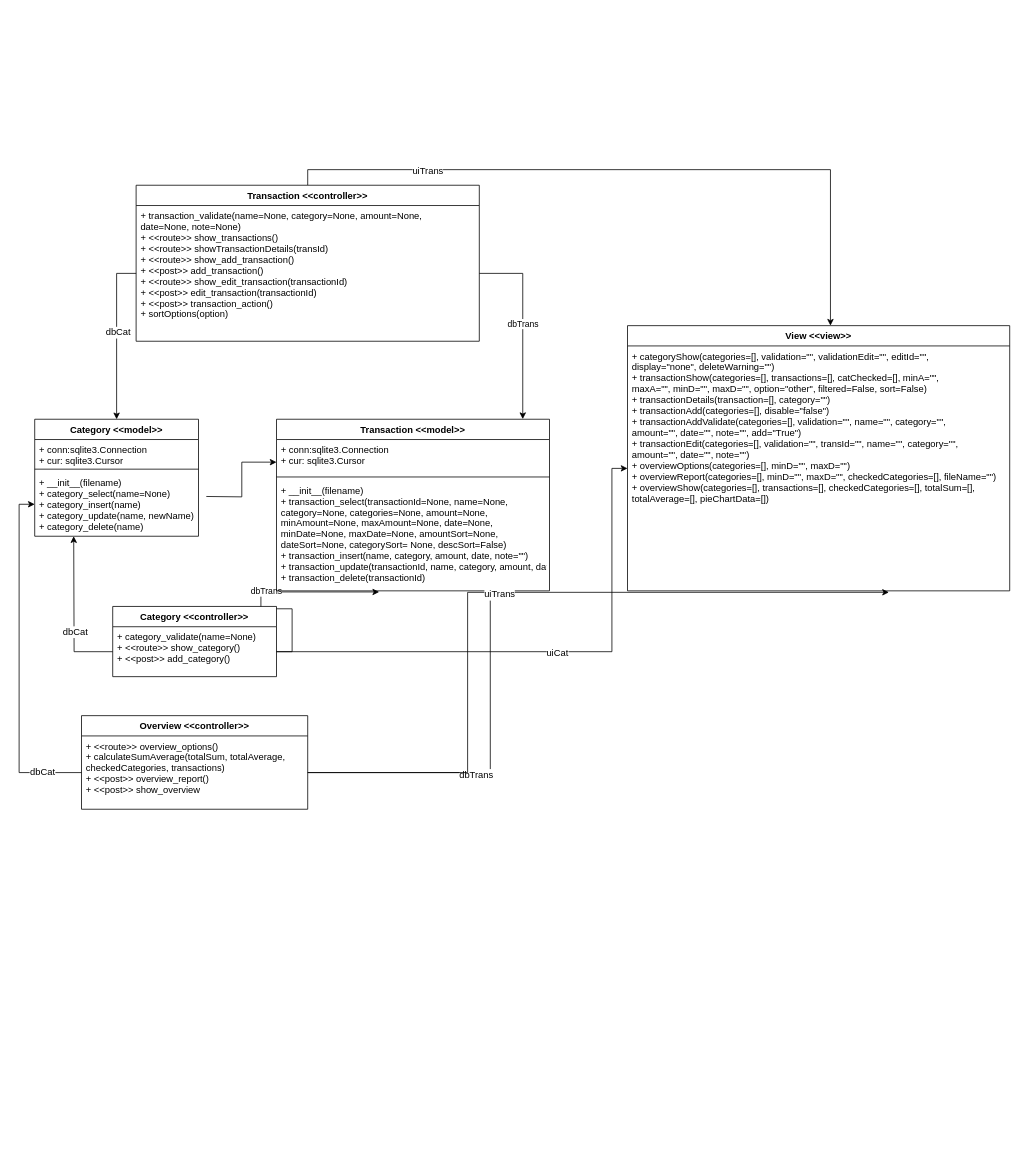
This is page "Dijagram klasa" (4 of 8) of doc/aplikacija.drawio from avucak/upi_20_budget, a draw.io file, before an edit. Source tidied: cells renumbered, new cells numbered last; positions are measured from the earlier drawing's top-left corner, leaving out a move shared by most shapes. Both pictures are drawn from the tidied source at 78%, with x=0, y=0 at pixel (34, 185).
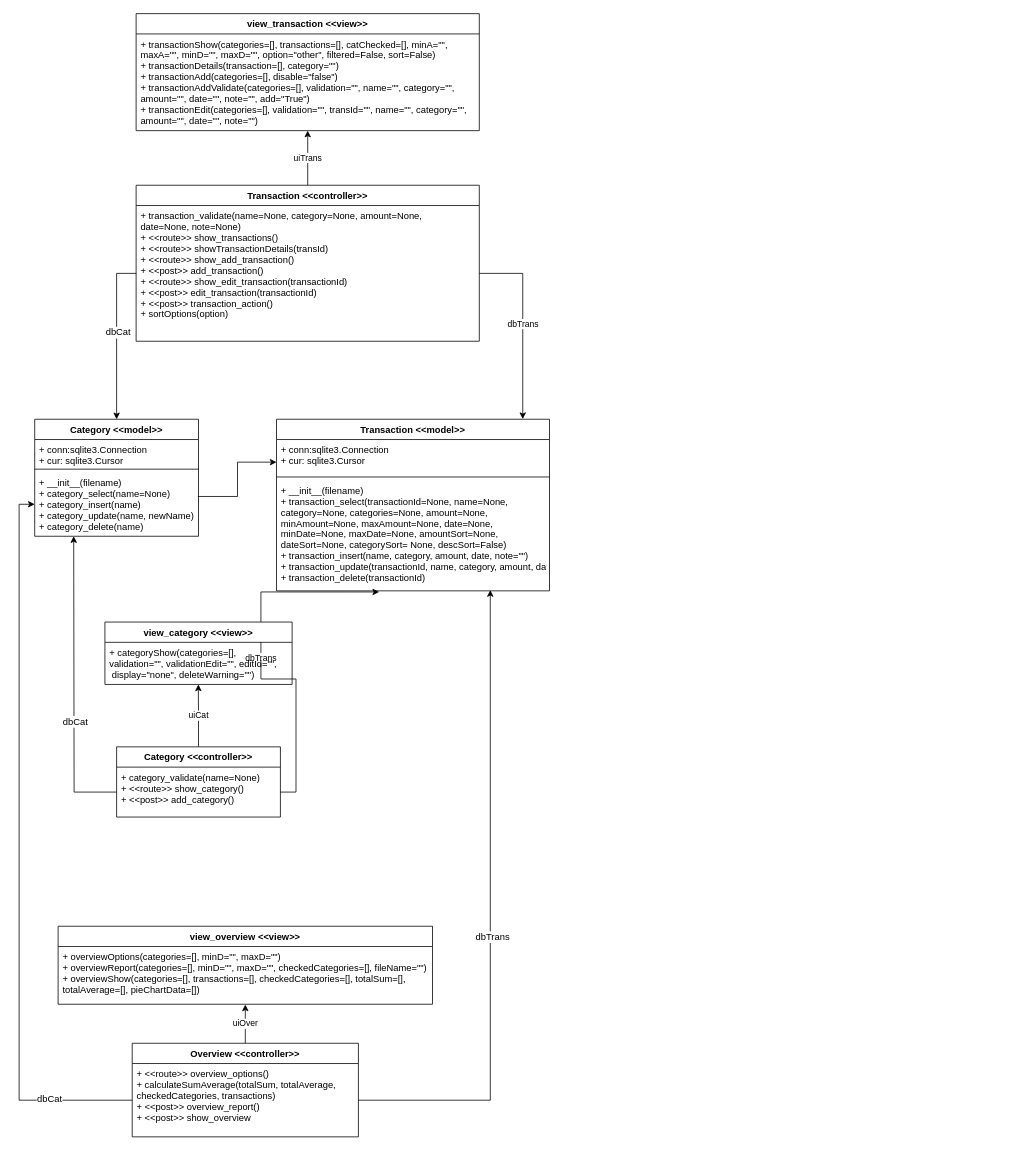
The same diagram, later.

Commit message:
dodavanje dijagrama slijeda za kategoriju

Unchanged cells that the change refers to:
```xml
<mxCell id="5" value="+ __init__(filename)&#10;+ category_select(name=None)&#10;+ category_insert(name)&#10;+ category_update(name, newName)&#10;+ category_delete(name)" style="text;strokeColor=none;fillColor=none;align=left;verticalAlign=top;spacingLeft=4;spacingRight=4;overflow=hidden;points=[[0,0.5],[1,0.5]];portConstraint=eastwest;" parent="2" vertex="1">
  <mxGeometry y="68" width="210" height="82" as="geometry" />
</mxCell>
<mxCell id="11" value="Transaction &lt;&lt;model&gt;&gt;" style="swimlane;fontStyle=1;align=center;verticalAlign=top;horizontal=1;startSize=26;" parent="1" vertex="1">
  <mxGeometry x="310" y="300" width="350" height="220" as="geometry" />
</mxCell>
<mxCell id="17" value="+ category_validate(name=None)&#10;+ &lt;&lt;route&gt;&gt; show_category()&#10;+ &lt;&lt;post&gt;&gt; add_category()" style="text;strokeColor=none;fillColor=none;align=left;verticalAlign=top;spacingLeft=4;spacingRight=4;overflow=hidden;points=[[0,0.5],[1,0.5]];portConstraint=eastwest;" parent="16" vertex="1">
  <mxGeometry y="26" width="210" height="64" as="geometry" />
</mxCell>
<mxCell id="20" value="Transaction &lt;&lt;controller&gt;&gt;" style="swimlane;fontStyle=1;align=center;verticalAlign=top;horizontal=1;startSize=26;fontFamily=Helvetica;" parent="1" vertex="1">
  <mxGeometry x="130" width="440" height="200" as="geometry" />
</mxCell>
<mxCell id="26" value="+ &lt;&lt;route&gt;&gt; overview_options()&#10;+ calculateSumAverage(totalSum, totalAverage, &#10;checkedCategories, transactions)&#10;+ &lt;&lt;post&gt;&gt; overview_report()&#10;+ &lt;&lt;post&gt;&gt; show_overview&#10;&#10;" style="text;strokeColor=none;fillColor=none;align=left;verticalAlign=top;spacingLeft=4;spacingRight=4;overflow=hidden;points=[[0,0.5],[1,0.5]];portConstraint=eastwest;" parent="25" vertex="1">
  <mxGeometry y="26" width="290" height="94" as="geometry" />
</mxCell>
```

The edit, as a diff of the source:
```diff
@@
-    <mxCell id="9" value="View &lt;&lt;view&gt;&gt;" style="swimlane;fontStyle=1;align=center;verticalAlign=top;horizontal=1;startSize=26;" parent="1" vertex="1">
-      <mxGeometry x="760" y="180" width="490" height="340" as="geometry" />
-    </mxCell>
-    <mxCell id="10" value="+ categoryShow(categories=[], validation=&quot;&quot;, validationEdit=&quot;&quot;, editId=&quot;&quot;, &#10;display=&quot;none&quot;, deleteWarning=&quot;&quot;)&#10;+ transactionShow(categories=[], transactions=[], catChecked=[], minA=&quot;&quot;, &#10;maxA=&quot;&quot;, minD=&quot;&quot;, maxD=&quot;&quot;, option=&quot;other&quot;, filtered=False, sort=False)&#10;+ transactionDetails(transaction=[], category=&quot;&quot;)&#10;+ transactionAdd(categories=[], disable=&quot;false&quot;)&#10;+ transactionAddValidate(categories=[], validation=&quot;&quot;, name=&quot;&quot;, category=&quot;&quot;, &#10;amount=&quot;&quot;, date=&quot;&quot;, note=&quot;&quot;, add=&quot;True&quot;)&#10;+ transactionEdit(categories=[], validation=&quot;&quot;, transId=&quot;&quot;, name=&quot;&quot;, category=&quot;&quot;, &#10;amount=&quot;&quot;, date=&quot;&quot;, note=&quot;&quot;)&#10;+ overviewOptions(categories=[], minD=&quot;&quot;, maxD=&quot;&quot;)&#10;+ overviewReport(categories=[], minD=&quot;&quot;, maxD=&quot;&quot;, checkedCategories=[], fileName=&quot;&quot;)&#10;+ overviewShow(categories=[], transactions=[], checkedCategories=[], totalSum=[], &#10;totalAverage=[], pieChartData=[])&#10;" style="text;strokeColor=none;fillColor=none;align=left;verticalAlign=top;spacingLeft=4;spacingRight=4;overflow=hidden;points=[[0,0.5],[1,0.5]];portConstraint=eastwest;" parent="9" vertex="1">
-      <mxGeometry y="26" width="490" height="314" as="geometry" />
-    </mxCell>
@@
-    <mxCell id="15" style="edgeStyle=orthogonalEdgeStyle;rounded=0;jettySize=auto;html=1;exitX=1;exitY=0.5;exitDx=0;exitDy=0;entryX=0;entryY=0.25;entryDx=0;entryDy=0;" parent="1" edge="1" target="11">
-      <mxGeometry relative="1" as="geometry">
-        <mxPoint x="220" y="399" as="sourcePoint" />
-      </mxGeometry>
+    <mxCell id="15" style="edgeStyle=orthogonalEdgeStyle;rounded=0;jettySize=auto;html=1;exitX=0.996;exitY=0.378;exitDx=0;exitDy=0;entryX=0;entryY=0.25;entryDx=0;entryDy=0;exitPerimeter=0;" parent="1" edge="1" source="5" target="11">
+      <mxGeometry relative="1" as="geometry" />
     </mxCell>
+    <mxCell id="32" value="uiCat" style="edgeStyle=orthogonalEdgeStyle;rounded=0;jettySize=auto;html=1;exitX=0.5;exitY=0;exitDx=0;exitDy=0;entryX=0.499;entryY=1;entryDx=0;entryDy=0;entryPerimeter=0;" parent="1" edge="1" source="16" target="40">
+      <mxGeometry relative="1" as="geometry" />
+    </mxCell>
     <mxCell id="16" value="Category &lt;&lt;controller&gt;&gt;" style="swimlane;fontStyle=1;align=center;verticalAlign=top;horizontal=1;startSize=26;fontFamily=Helvetica;" parent="1" vertex="1">
-      <mxGeometry x="100" y="540" width="210" height="90" as="geometry" />
+      <mxGeometry x="105" y="720" width="210" height="90" as="geometry" />
     </mxCell>
@@
-    <mxCell id="18" style="edgeStyle=orthogonalEdgeStyle;rounded=0;jettySize=auto;html=1;exitX=0.5;exitY=0;exitDx=0;exitDy=0;entryX=0.531;entryY=0;entryDx=0;entryDy=0;entryPerimeter=0;fontFamily=Helvetica;" parent="1" edge="1" source="20" target="9">
-      <mxGeometry relative="1" as="geometry" />
-    </mxCell>
-    <mxCell id="19" value="uiTrans" style="text;html=1;align=center;verticalAlign=middle;labelBackgroundColor=#ffffff;fontFamily=Helvetica;" parent="18" vertex="1">
-      <mxGeometry x="-0.61" y="-1" relative="1" as="geometry">
-        <mxPoint x="-1" as="offset" />
-      </mxGeometry>
-    </mxCell>
+    <mxCell id="35" value="uiTrans" style="edgeStyle=orthogonalEdgeStyle;rounded=0;jettySize=auto;html=1;exitX=0.5;exitY=0;exitDx=0;exitDy=0;entryX=0.5;entryY=1;entryDx=0;entryDy=0;entryPerimeter=0;" parent="1" edge="1" source="20" target="38">
+      <mxGeometry relative="1" as="geometry" />
+    </mxCell>
@@
+    <mxCell id="36" value="uiOver" style="edgeStyle=orthogonalEdgeStyle;rounded=0;jettySize=auto;html=1;exitX=0.5;exitY=0;exitDx=0;exitDy=0;entryX=0.5;entryY=1.005;entryDx=0;entryDy=0;entryPerimeter=0;" parent="1" edge="1" source="25" target="42">
+      <mxGeometry relative="1" as="geometry" />
+    </mxCell>
     <mxCell id="25" value="Overview &lt;&lt;controller&gt;&gt;" style="swimlane;fontStyle=1;align=center;verticalAlign=top;horizontal=1;startSize=26;fontFamily=Helvetica;" parent="1" vertex="1">
-      <mxGeometry x="60" y="680" width="290" height="120" as="geometry" />
+      <mxGeometry x="125" y="1100" width="290" height="120" as="geometry" />
     </mxCell>
@@
-    <mxCell id="31" style="edgeStyle=orthogonalEdgeStyle;rounded=0;jettySize=auto;html=1;exitX=1;exitY=0.5;exitDx=0;exitDy=0;fontFamily=Helvetica;" parent="1" edge="1" source="17" target="10">
-      <mxGeometry relative="1" as="geometry">
-        <Array as="points">
-          <mxPoint x="740" y="598" />
-          <mxPoint x="740" y="363" />
-        </Array>
-      </mxGeometry>
-    </mxCell>
-    <mxCell id="32" value="uiCat" style="text;html=1;align=center;verticalAlign=middle;labelBackgroundColor=#ffffff;fontFamily=Helvetica;" parent="31" vertex="1">
-      <mxGeometry x="0.05" y="-1" relative="1" as="geometry">
-        <mxPoint x="-1" as="offset" />
-      </mxGeometry>
-    </mxCell>
-    <mxCell id="33" style="edgeStyle=orthogonalEdgeStyle;rounded=0;jettySize=auto;html=1;exitX=1;exitY=0.5;exitDx=0;exitDy=0;entryX=0.684;entryY=1.006;entryDx=0;entryDy=0;entryPerimeter=0;fontFamily=Helvetica;" parent="1" edge="1" source="26" target="10">
-      <mxGeometry relative="1" as="geometry" />
-    </mxCell>
-    <mxCell id="34" value="uiTrans" style="text;html=1;align=center;verticalAlign=middle;labelBackgroundColor=#ffffff;fontFamily=Helvetica;" parent="33" vertex="1">
-      <mxGeometry x="-0.02" y="-3" relative="1" as="geometry">
-        <mxPoint x="-1" as="offset" />
-      </mxGeometry>
-    </mxCell>
+    <mxCell id="37" value="view_transaction &lt;&lt;view&gt;&gt;" style="swimlane;fontStyle=1;align=center;verticalAlign=top;horizontal=1;startSize=26;" parent="1" vertex="1">
+      <mxGeometry x="130" y="-220" width="440" height="150" as="geometry" />
+    </mxCell>
+    <mxCell id="38" value="+ transactionShow(categories=[], transactions=[], catChecked=[], minA=&quot;&quot;, &#10;maxA=&quot;&quot;, minD=&quot;&quot;, maxD=&quot;&quot;, option=&quot;other&quot;, filtered=False, sort=False)&#10;+ transactionDetails(transaction=[], category=&quot;&quot;)&#10;+ transactionAdd(categories=[], disable=&quot;false&quot;)&#10;+ transactionAddValidate(categories=[], validation=&quot;&quot;, name=&quot;&quot;, category=&quot;&quot;, &#10;amount=&quot;&quot;, date=&quot;&quot;, note=&quot;&quot;, add=&quot;True&quot;)&#10;+ transactionEdit(categories=[], validation=&quot;&quot;, transId=&quot;&quot;, name=&quot;&quot;, category=&quot;&quot;, &#10;amount=&quot;&quot;, date=&quot;&quot;, note=&quot;&quot;)" style="text;strokeColor=none;fillColor=none;align=left;verticalAlign=top;spacingLeft=4;spacingRight=4;overflow=hidden;points=[[0,0.5],[1,0.5]];portConstraint=eastwest;" parent="37" vertex="1">
+      <mxGeometry y="26" width="440" height="124" as="geometry" />
+    </mxCell>
+    <mxCell id="39" value="view_category &lt;&lt;view&gt;&gt;" style="swimlane;fontStyle=1;align=center;verticalAlign=top;horizontal=1;startSize=26;" parent="1" vertex="1">
+      <mxGeometry x="90" y="560" width="240" height="80" as="geometry" />
+    </mxCell>
+    <mxCell id="40" value="+ categoryShow(categories=[], &#10;validation=&quot;&quot;, validationEdit=&quot;&quot;, editId=&quot;&quot;,&#10; display=&quot;none&quot;, deleteWarning=&quot;&quot;)" style="text;strokeColor=none;fillColor=none;align=left;verticalAlign=top;spacingLeft=4;spacingRight=4;overflow=hidden;points=[[0,0.5],[1,0.5]];portConstraint=eastwest;" parent="39" vertex="1">
+      <mxGeometry y="26" width="240" height="54" as="geometry" />
+    </mxCell>
+    <mxCell id="41" value="view_overview &lt;&lt;view&gt;&gt;" style="swimlane;fontStyle=1;align=center;verticalAlign=top;horizontal=1;startSize=26;" parent="1" vertex="1">
+      <mxGeometry x="30" y="950" width="480" height="100" as="geometry" />
+    </mxCell>
+    <mxCell id="42" value="+ overviewOptions(categories=[], minD=&quot;&quot;, maxD=&quot;&quot;)&#10;+ overviewReport(categories=[], minD=&quot;&quot;, maxD=&quot;&quot;, checkedCategories=[], fileName=&quot;&quot;)&#10;+ overviewShow(categories=[], transactions=[], checkedCategories=[], totalSum=[], &#10;totalAverage=[], pieChartData=[])&#10;" style="text;strokeColor=none;fillColor=none;align=left;verticalAlign=top;spacingLeft=4;spacingRight=4;overflow=hidden;points=[[0,0.5],[1,0.5]];portConstraint=eastwest;" parent="41" vertex="1">
+      <mxGeometry y="26" width="480" height="74" as="geometry" />
+    </mxCell>
```
